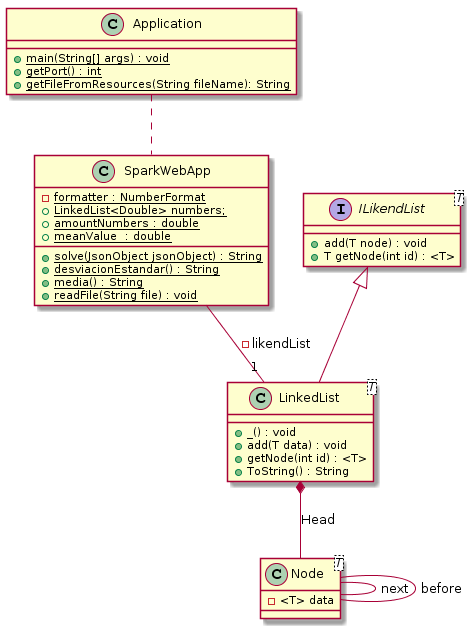
Earlier version of the PlantUML export images/diagram.png (CrkJohn/Lab2Arep). Source of this version:
```plantuml
@startuml
class Application{
    + {static}  main(String[] args) : void
    + {static}  getPort() : int
    + {static}  getFileFromResources(String fileName): String
}


interface ILikendList <T> {
	+ add(T node) : void
	+ T getNode(int id) : <T>

}

class LinkedList<T>{
	+  _() : void
	+  add(T data) : void
	+  getNode(int id) : <T>
	+  ToString() : String
}



class Node<T> {
	- <T> data
}

class SparkWebApp {

	- {static}  formatter : NumberFormat
	+ {static} LinkedList<Double> numbers;
	+ {static}  amountNumbers : double
	+ {static} meanValue  : double
    + {static}  solve(JsonObject jsonObject) : String
    + {static}  desviacionEstandar() : String
    + {static}  media() : String
	+ {static}  readFile(String file) : void

}


LinkedList *-- Node : Head
Node -- Node : next
Node -- Node : before
ILikendList <|-- LinkedList
Application .. SparkWebApp
SparkWebApp -- "1" LinkedList : -likendList
@enduml
```
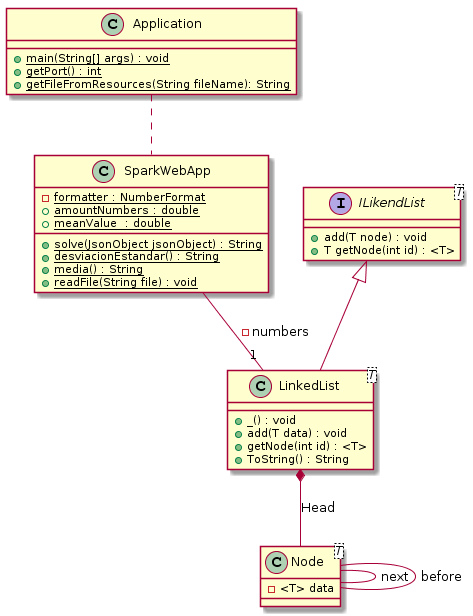
Later version of the same file.

What changed in the source:
```diff
@@ -28,7 +28,6 @@
 class SparkWebApp {
 
 	- {static}  formatter : NumberFormat
-	+ {static} LinkedList<Double> numbers;
 	+ {static}  amountNumbers : double
 	+ {static} meanValue  : double
     + {static}  solve(JsonObject jsonObject) : String
@@ -44,5 +43,5 @@
 Node -- Node : before
 ILikendList <|-- LinkedList
 Application .. SparkWebApp
-SparkWebApp -- "1" LinkedList : -likendList
+SparkWebApp -- "1" LinkedList : -numbers
 @enduml
```
